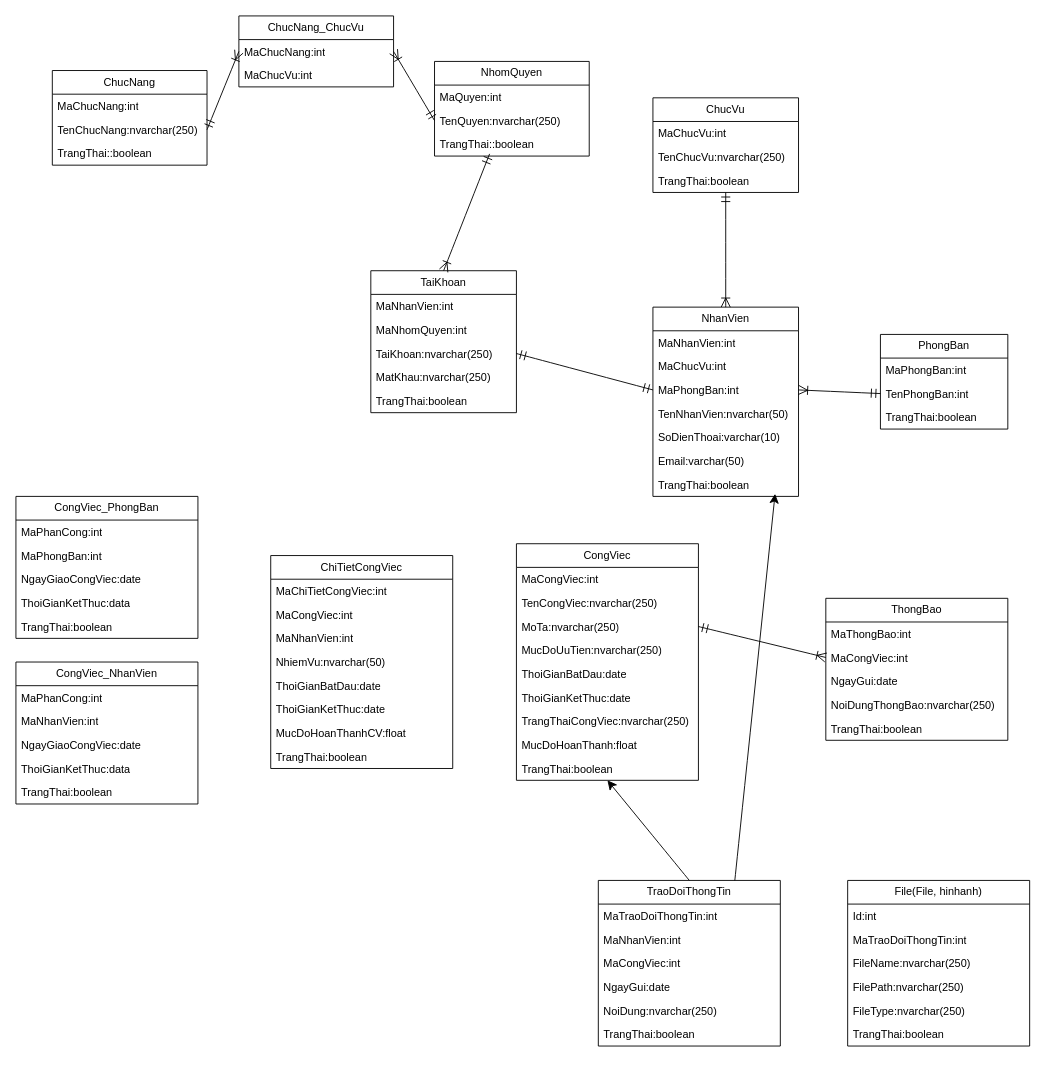
The draw.io diagram j2ee.drawio in maivantai2003/vercelDemo, before the edit. Source tidied: cells renumbered, new cells numbered last; positions are measured from the earlier drawing's top-left corner, leaving out a move shared by most shapes. Both pictures are drawn from the tidied source at 91%, with x=0, y=0 at pixel (15, 15).
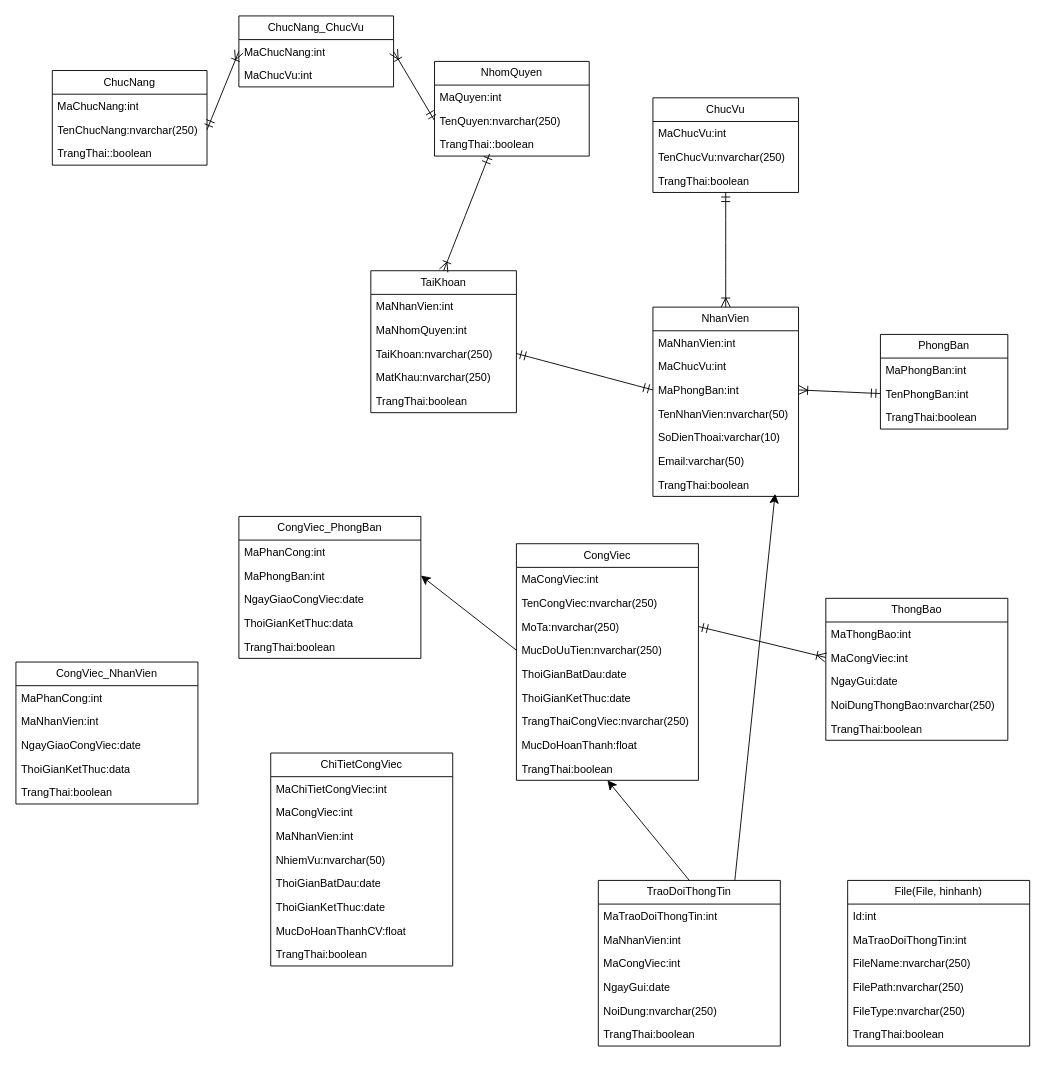
The same diagram, later.

The change refers to these unchanged cells:
```xml
<mxCell id="25" value="MucDoUuTien:nvarchar(250)" style="text;strokeColor=none;fillColor=none;align=left;verticalAlign=top;spacingLeft=4;spacingRight=4;overflow=hidden;points=[[0,0.5],[1,0.5]];portConstraint=eastwest;whiteSpace=wrap;html=1;" parent="21" vertex="1">
  <mxGeometry y="104" width="200" height="26" as="geometry" />
</mxCell>
<mxCell id="55" value="MaPhongBan:int" style="text;strokeColor=none;fillColor=none;align=left;verticalAlign=top;spacingLeft=4;spacingRight=4;overflow=hidden;points=[[0,0.5],[1,0.5]];portConstraint=eastwest;whiteSpace=wrap;html=1;" parent="53" vertex="1">
  <mxGeometry y="52" width="200" height="26" as="geometry" />
</mxCell>
```

Change to the diagram source:
```diff
@@
     <mxCell id="53" value="CongViec_PhongBan" style="swimlane;fontStyle=0;horizontal=1;startSize=26;fillColor=none;whiteSpace=wrap;html=1;" parent="1" vertex="1">
-      <mxGeometry y="528" width="200" height="156" as="geometry" />
+      <mxGeometry x="245" y="550" width="200" height="156" as="geometry" />
     </mxCell>
@@
     <mxCell id="86" value="ChiTietCongViec" style="swimlane;fontStyle=0;horizontal=1;startSize=26;fillColor=none;whiteSpace=wrap;html=1;" parent="1" vertex="1">
-      <mxGeometry x="280" y="593" width="200" height="234" as="geometry" />
+      <mxGeometry x="280" y="810" width="200" height="234" as="geometry" />
     </mxCell>
@@
+    <mxCell id="95" style="edgeStyle=none;curved=1;rounded=0;jettySize=auto;html=1;exitX=0;exitY=0.5;exitDx=0;exitDy=0;entryX=1;entryY=0.5;entryDx=0;entryDy=0;fontSize=12;startSize=8;endSize=8;" parent="1" edge="1" source="25" target="55">
+      <mxGeometry relative="1" as="geometry" />
+    </mxCell>
```
